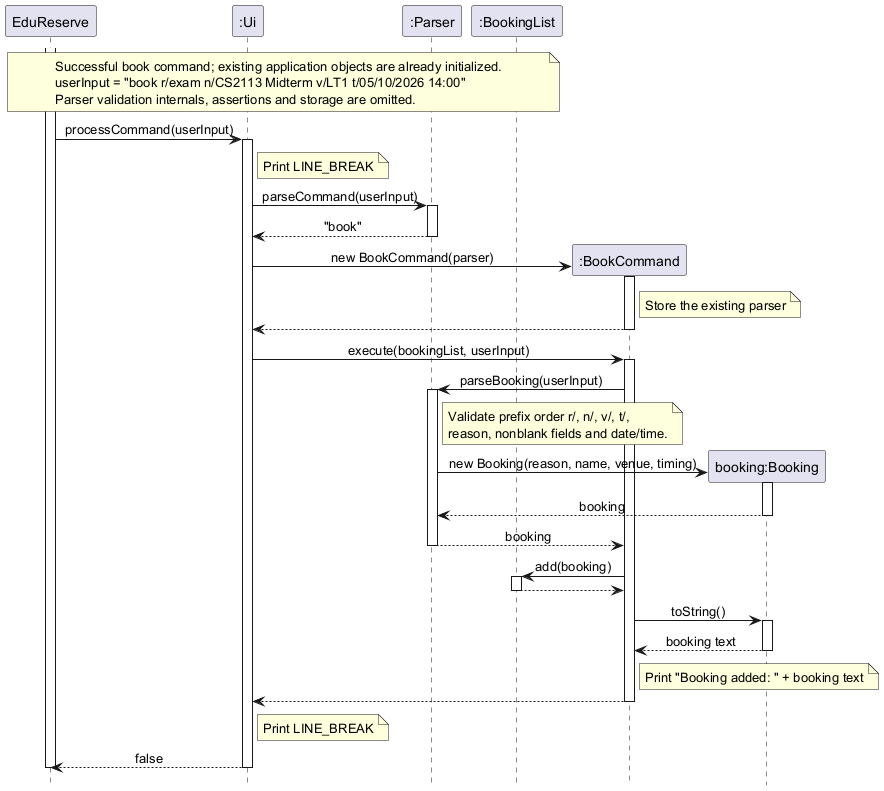
This is docs/UMLDiagrams/BookingSequenceDiagram.png from AY2627S1-CS2113-W14-2/tp, a PlantUML export, as it was before one commit.
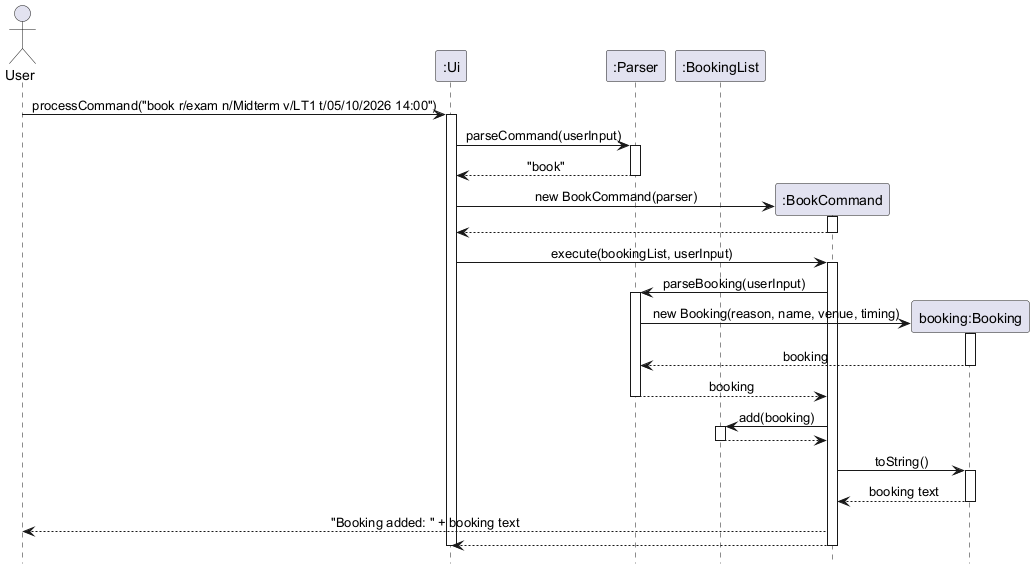
Above is the later version.

Diff of the diagram source:
```diff
@@ -2,21 +2,13 @@
 skinparam sequenceMessageAlign center
 hide footbox
 
-participant "EduReserve" as App
+actor User
 participant ":Ui" as UI
 participant ":Parser" as Parser
 participant ":BookingList" as Bookings
 
-note over App, Bookings
-    Successful book command; existing application objects are already initialized.
-    userInput = "book r/exam n/CS2113 Midterm v/LT1 t/05/10/2026 14:00"
-    Parser validation internals, assertions and storage are omitted.
-end note
-
-activate App
-App -> UI: processCommand(userInput)
+User -> UI: processCommand("book r/exam n/Midterm v/LT1 t/05/10/2026 14:00")
 activate UI
-note right of UI: Print LINE_BREAK
 
 UI -> Parser: parseCommand(userInput)
 activate Parser
@@ -26,7 +18,6 @@
 create participant ":BookCommand" as Book
 UI -> Book: new BookCommand(parser)
 activate Book
-note right of Book: Store the existing parser
 Book --> UI
 deactivate Book
 
@@ -34,10 +25,6 @@
 activate Book
 Book -> Parser: parseBooking(userInput)
 activate Parser
-note right of Parser
-    Validate prefix order r/, n/, v/, t/,
-    reason, nonblank fields and date/time.
-end note
 
 create participant "booking:Booking" as Booking
 Parser -> Booking: new Booking(reason, name, venue, timing)
@@ -56,12 +43,9 @@
 activate Booking
 Booking --> Book: booking text
 deactivate Booking
-note right of Book: Print "Booking added: " + booking text
+Book --> User: "Booking added: " + booking text
 Book --> UI
 deactivate Book
 
-note right of UI: Print LINE_BREAK
-UI --> App: false
 deactivate UI
-deactivate App
 @enduml
```
